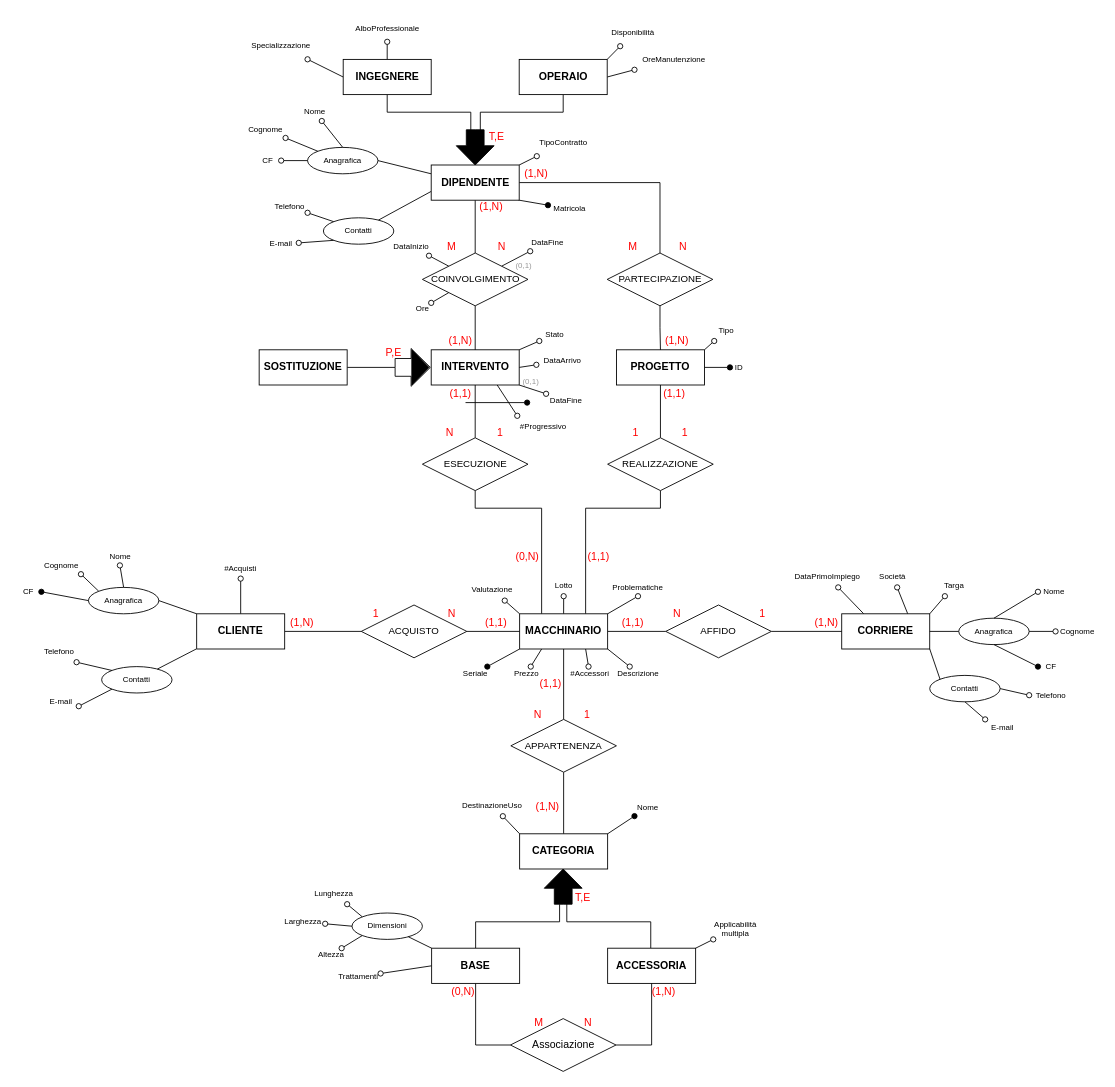
Before: SchemaER/SchemaER_corretto.drawio in MicheleRabesco/MacchinariEstetici, a draw.io diagram. Source tidied: cells renumbered, new cells numbered last; positions are measured from the earlier drawing's top-left corner, leaving out a move shared by most shapes. Both pictures are drawn from the tidied source at 88%, with x=0, y=0 at pixel (15, 15).
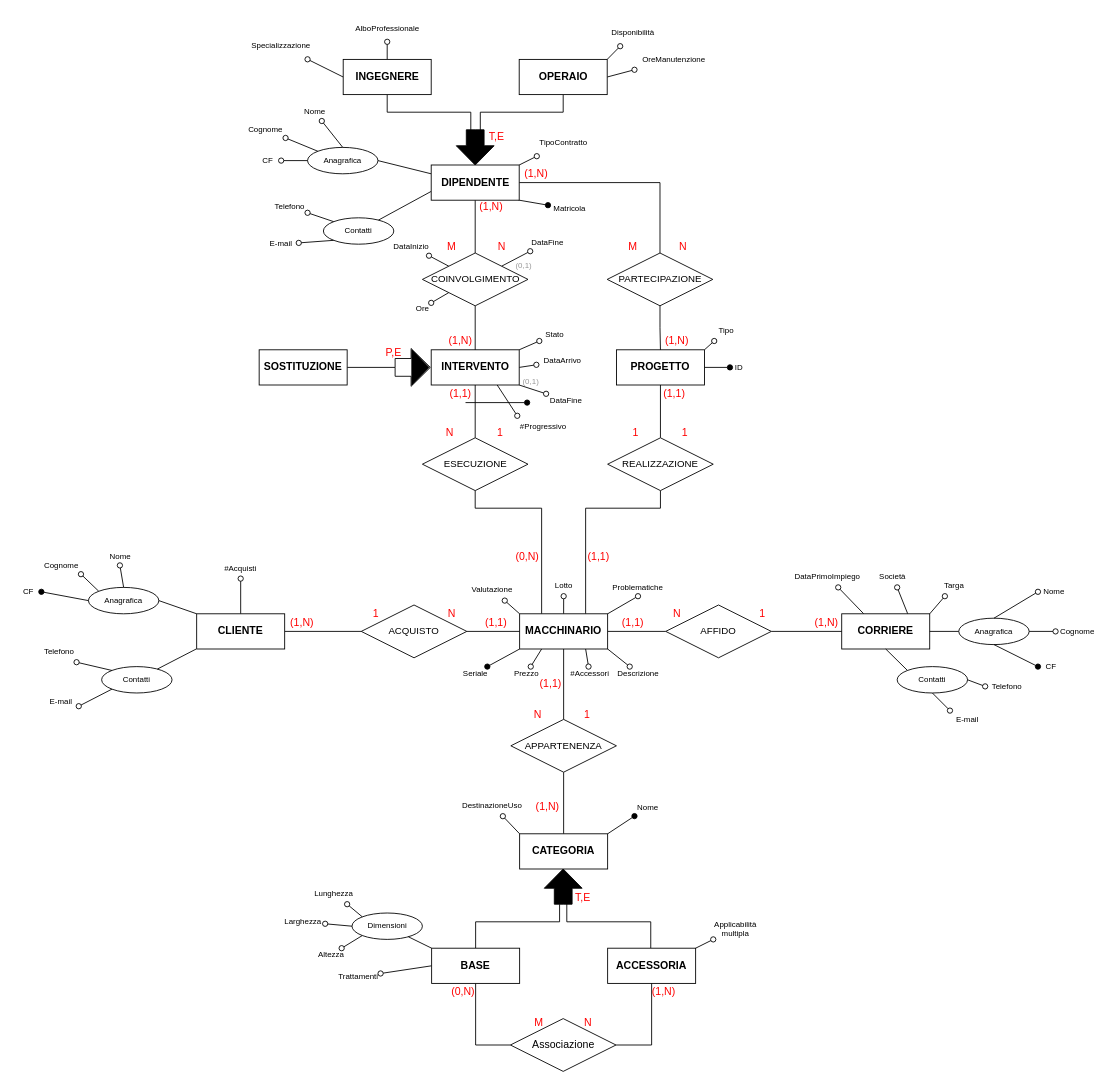
The same diagram, later.

The change refers to these unchanged cells:
```xml
<mxCell id="47" value="&lt;b&gt;CORRIERE&lt;/b&gt;" style="whiteSpace=wrap;html=1;align=center;fontColor=#000000;" parent="1" vertex="1">
  <mxGeometry x="939" y="680" width="100" height="40" as="geometry" />
</mxCell>
```

The edit, as a diff of the source:
```diff
@@
     <mxCell id="151" value="Telefono" style="text;html=1;strokeColor=none;fillColor=none;align=center;verticalAlign=middle;whiteSpace=wrap;rounded=0;fontSize=9;fontColor=#000000;" parent="1" vertex="1">
-      <mxGeometry x="1152" y="760" width="50" height="25" as="geometry" />
+      <mxGeometry x="1102" y="750" width="50" height="25" as="geometry" />
     </mxCell>
     <mxCell id="152" value="E-mail" style="text;html=1;strokeColor=none;fillColor=none;align=center;verticalAlign=middle;whiteSpace=wrap;rounded=0;fontSize=9;fontColor=#000000;" parent="1" vertex="1">
-      <mxGeometry x="1102" y="800" width="40" height="20" as="geometry" />
+      <mxGeometry x="1062" y="790" width="40" height="20" as="geometry" />
     </mxCell>
-    <mxCell id="153" style="edgeStyle=none;rounded=0;jettySize=auto;html=1;fontSize=9;endArrow=none;endFill=0;fontColor=#000000;entryX=0;entryY=0;entryDx=0;entryDy=0;exitX=1;exitY=1;exitDx=0;exitDy=0;" parent="1" edge="1" source="47" target="156">
+    <mxCell id="153" style="edgeStyle=none;rounded=0;jettySize=auto;html=1;fontSize=9;endArrow=none;endFill=0;fontColor=#000000;entryX=0;entryY=0;entryDx=0;entryDy=0;exitX=0.5;exitY=1;exitDx=0;exitDy=0;" parent="1" edge="1" source="47" target="156">
       <mxGeometry relative="1" as="geometry" />
     </mxCell>
@@
     <mxCell id="156" value="Contatti" style="ellipse;whiteSpace=wrap;html=1;align=center;fontSize=9;fillColor=none;gradientColor=#ffffff;fontColor=#000000;" parent="1" vertex="1">
-      <mxGeometry x="1039" y="750" width="80" height="30" as="geometry" />
+      <mxGeometry x="1002" y="740" width="80" height="30" as="geometry" />
     </mxCell>
```
